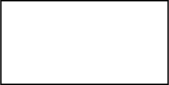
This is test.drawio.svg from ska4865/Full-stack, a draw.io export, as it was before one commit. Source tidied: cells renumbered, new cells last; positions are measured from the earlier drawing's top-left corner, leaving out a move shared by most shapes.
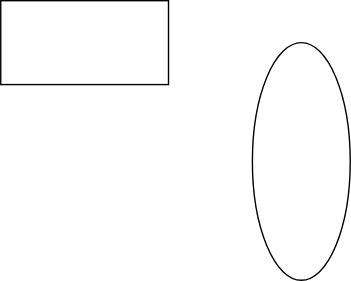
Above is the later version.

Change to the diagram source:
```diff
@@ -5,5 +5,8 @@
     <mxCell id="2" style="whiteSpace=wrap;html=1;" parent="1" vertex="1">
       <mxGeometry width="120" height="60" as="geometry" />
     </mxCell>
+    <mxCell id="3" style="ellipse;whiteSpace=wrap;html=1;" parent="1" vertex="1">
+      <mxGeometry x="180" y="30" width="70" height="170" as="geometry" />
+    </mxCell>
   </root>
 </mxGraphModel>
```
